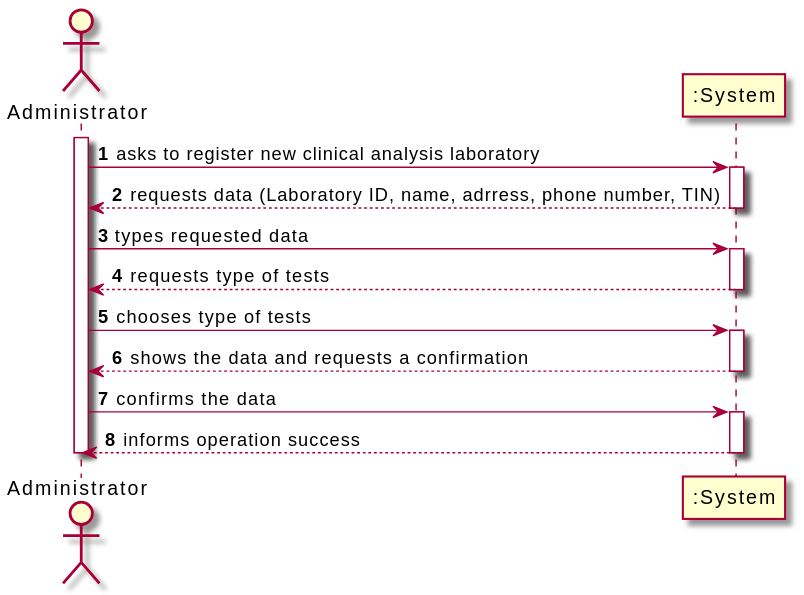
This is docs/SprintB/US_8/ImagesUsed/US8_SSD.svg from RuiRioPina/LAPR2-20-21, a PlantUML export, as it was before one commit.
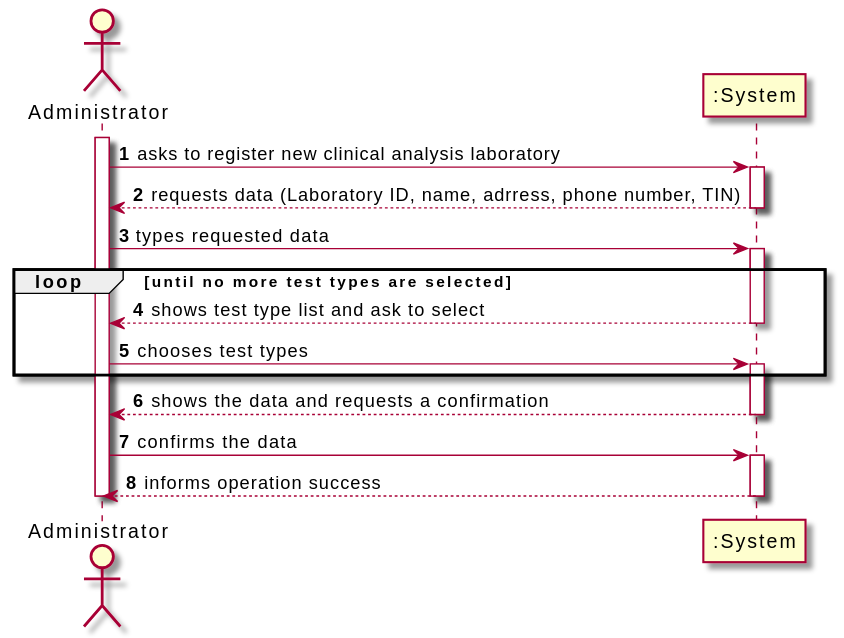
Later version of the same file.

Diff of the diagram source:
```diff
@@ -10,11 +10,13 @@
 
 ADMIN -> ":System" : types requested data
 activate ":System"
-":System" --> ADMIN : requests type of tests
-deactivate ":System"
+loop until no more test types are selected
+    ":System" --> ADMIN : shows test type list and ask to select
+    deactivate ":System"
+    ADMIN -> ":System" : chooses test types
+    activate ":System"
+end
 
-ADMIN -> ":System" : chooses type of tests
-activate ":System"
 ":System" --> ADMIN : shows the data and requests a confirmation
 deactivate ":System"
 
```
